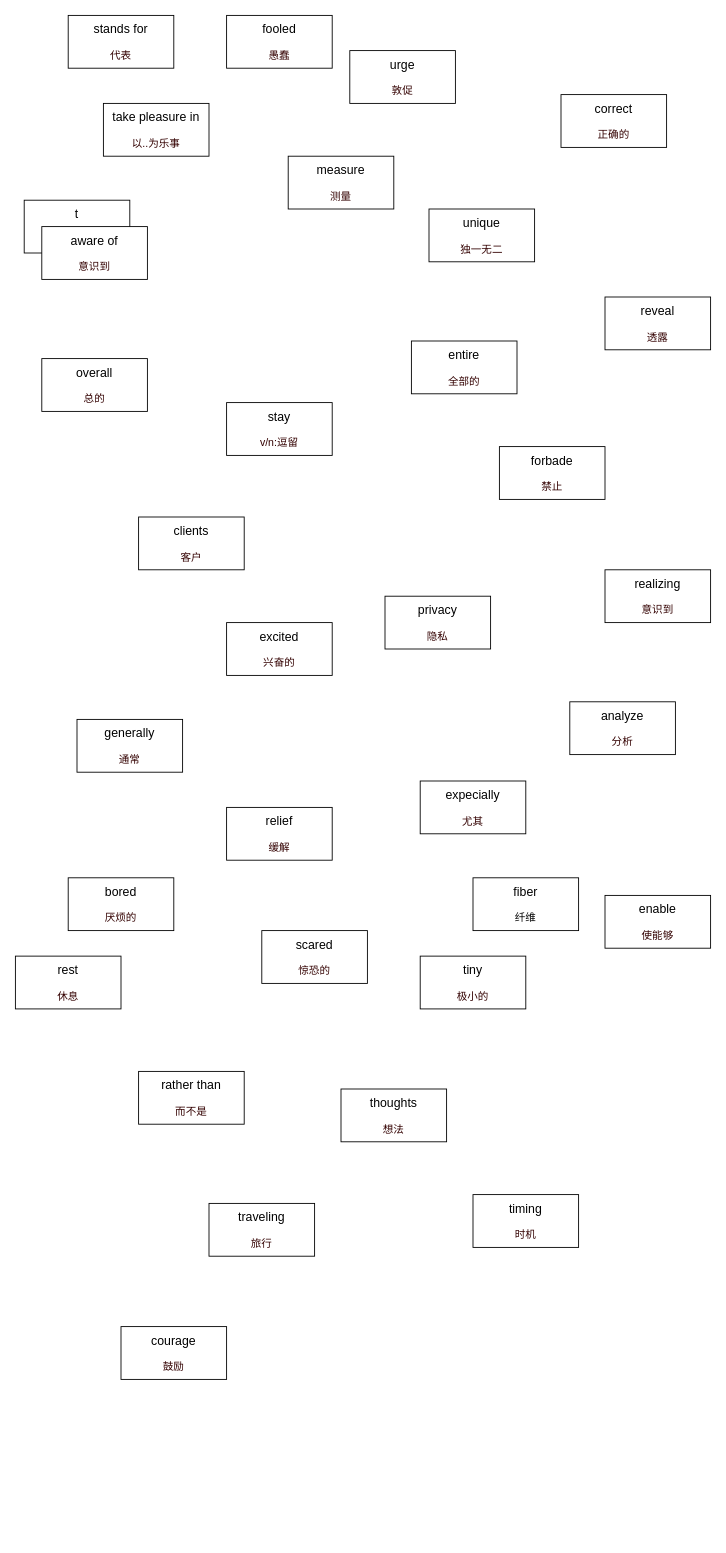
This is ocean.drawio from banBlue/drawio, a draw.io file, before an edit. Source tidied: cells renumbered, new cells numbered last; positions are measured from the earlier drawing's top-left corner, leaving out a move shared by most shapes. Both pictures are drawn from the tidied source at 88%, with x=0, y=0 at pixel (15, 15).
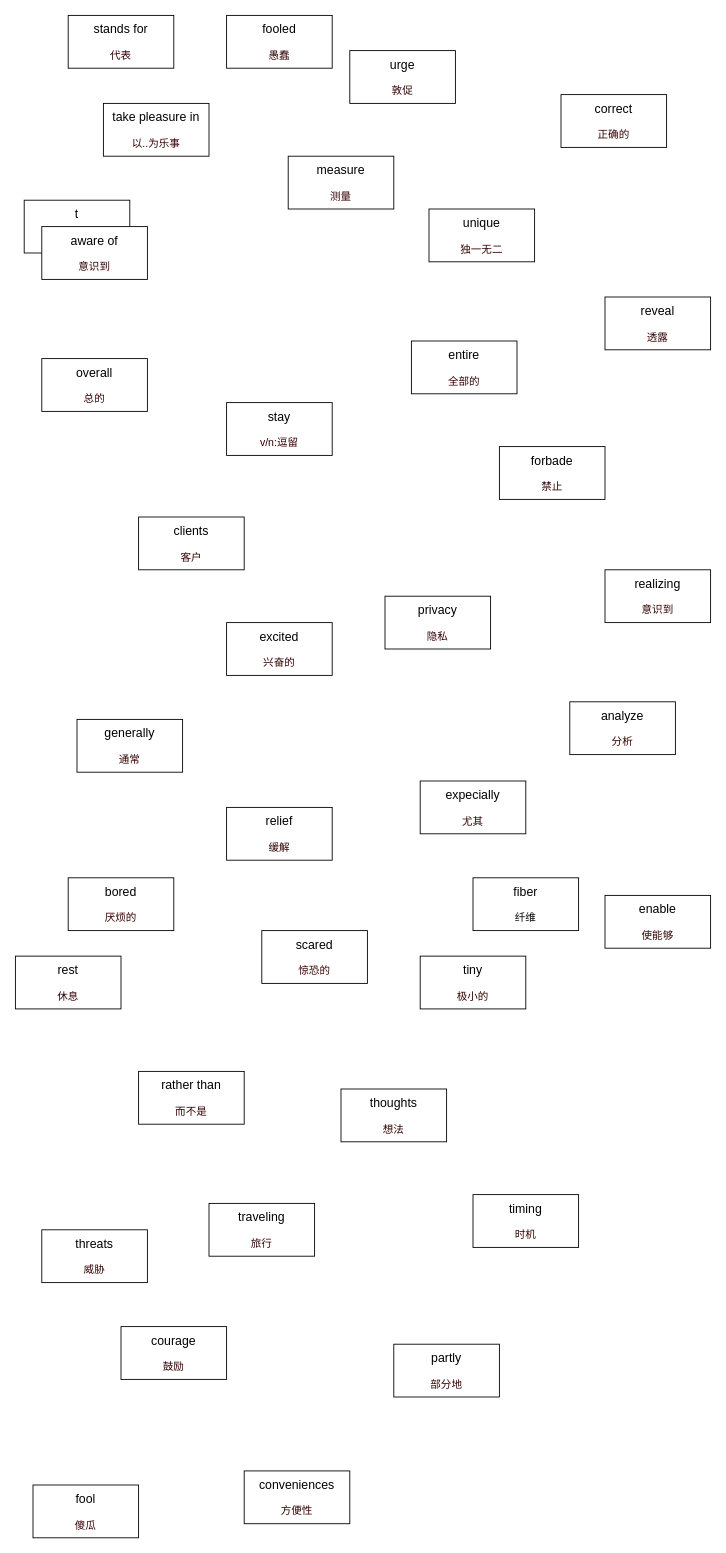
The same page after the edit.

The edit, as a diff of the source:
```diff
@@
+    <mxCell id="35" value="&lt;font style=&quot;font-size: 14px&quot;&gt;partly&lt;br&gt;&lt;/font&gt;&lt;br&gt;&lt;font color=&quot;#330000&quot;&gt;部分地&lt;/font&gt;" style="rounded=0;whiteSpace=wrap;html=1;" parent="1" vertex="1">
+      <mxGeometry x="430" y="1510" width="120" height="60" as="geometry" />
+    </mxCell>
+    <mxCell id="36" value="&lt;font style=&quot;font-size: 14px&quot;&gt;threats&lt;br&gt;&lt;/font&gt;&lt;br&gt;&lt;font color=&quot;#330000&quot;&gt;威胁&lt;/font&gt;" style="rounded=0;whiteSpace=wrap;html=1;" parent="1" vertex="1">
+      <mxGeometry x="30" y="1380" width="120" height="60" as="geometry" />
+    </mxCell>
+    <mxCell id="37" value="&lt;font style=&quot;font-size: 14px&quot;&gt;fool&lt;br&gt;&lt;/font&gt;&lt;br&gt;&lt;font color=&quot;#330000&quot;&gt;傻瓜&lt;/font&gt;" style="rounded=0;whiteSpace=wrap;html=1;" parent="1" vertex="1">
+      <mxGeometry x="20" y="1670" width="120" height="60" as="geometry" />
+    </mxCell>
+    <mxCell id="38" value="&lt;span style=&quot;font-size: 14px&quot;&gt;conveniences&lt;br&gt;&lt;/span&gt;&lt;br&gt;&lt;font color=&quot;#330000&quot;&gt;方便性&lt;/font&gt;" style="rounded=0;whiteSpace=wrap;html=1;" parent="1" vertex="1">
+      <mxGeometry x="260" y="1654" width="120" height="60" as="geometry" />
+    </mxCell>
```
